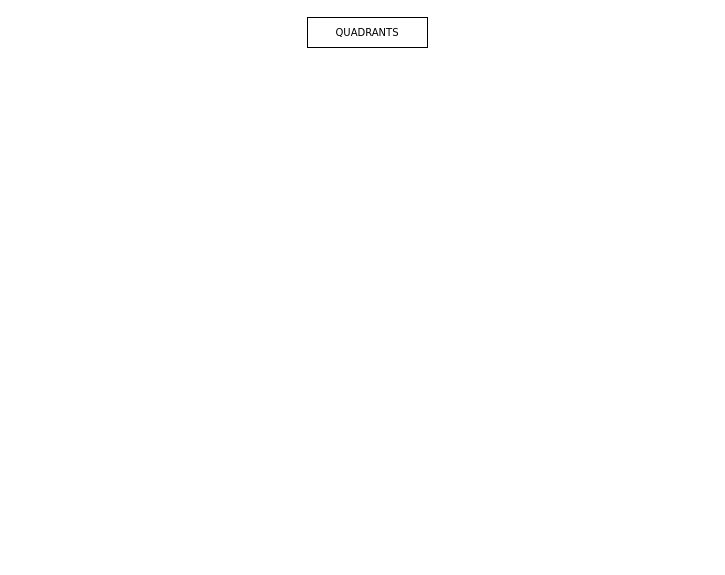
Before: Untitled Diagram.drawio in AmawNiZy/Assignments, a draw.io diagram. Source tidied: cells renumbered, new cells numbered last; positions are measured from the earlier drawing's top-left corner, leaving out a move shared by most shapes. Both pictures are drawn from the tidied source at 100%, with x=0, y=0 at pixel (307, 17).
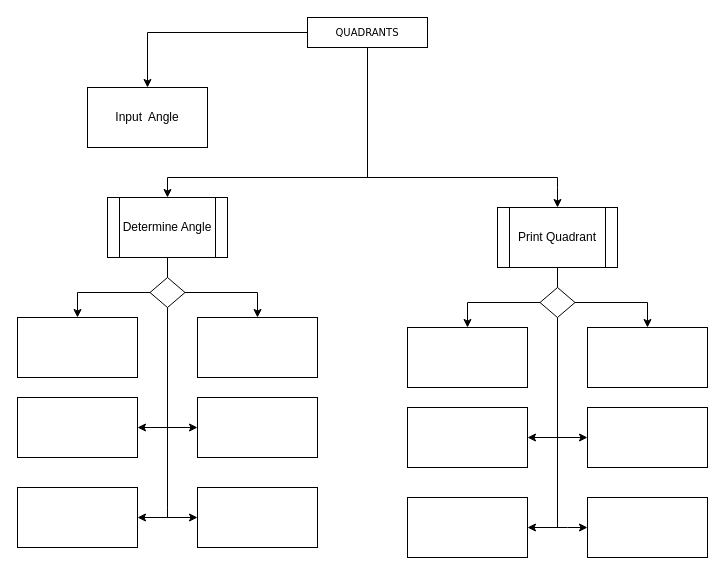
Above is the later version.

The change refers to these unchanged cells:
```xml
<mxCell id="2" value="&lt;font face=&quot;Verdana&quot; style=&quot;font-size: 10px;&quot;&gt;QUADRANTS&lt;/font&gt;" style="rounded=0;whiteSpace=wrap;html=1;fontSize=10;" parent="1" vertex="1">
  <mxGeometry width="120" height="30" as="geometry" />
</mxCell>
```

What changed in the source:
```diff
@@
+    <mxCell id="3" style="edgeStyle=orthogonalEdgeStyle;rounded=0;jettySize=auto;html=1;" parent="1" edge="1" source="2" target="4">
+      <mxGeometry relative="1" as="geometry" />
+    </mxCell>
@@
+    <mxCell id="4" value="Input&amp;nbsp; Angle" style="rounded=0;whiteSpace=wrap;html=1;" parent="1" vertex="1">
+      <mxGeometry x="-220" y="70" width="120" height="60" as="geometry" />
+    </mxCell>
+    <mxCell id="5" value="Determine Angle" style="shape=process;whiteSpace=wrap;html=1;backgroundOutline=1;" parent="1" vertex="1">
+      <mxGeometry x="-200" y="180" width="120" height="60" as="geometry" />
+    </mxCell>
+    <mxCell id="6" style="edgeStyle=orthogonalEdgeStyle;rounded=0;jettySize=auto;html=1;" parent="1" edge="1" source="8" target="15">
+      <mxGeometry relative="1" as="geometry" />
+    </mxCell>
+    <mxCell id="7" style="edgeStyle=orthogonalEdgeStyle;rounded=0;jettySize=auto;html=1;" parent="1" edge="1" source="8" target="12">
+      <mxGeometry relative="1" as="geometry" />
+    </mxCell>
+    <mxCell id="8" style="rhombus;whiteSpace=wrap;html=1;" parent="1" vertex="1">
+      <mxGeometry x="-157.5" y="260" width="35" height="30" as="geometry" />
+    </mxCell>
+    <mxCell id="9" style="endArrow=none;html=1;rounded=0;exitX=0.5;exitY=0;exitDx=0;exitDy=0;entryX=0.5;entryY=1;entryDx=0;entryDy=0;" parent="1" edge="1" source="8" target="5">
+      <mxGeometry relative="1" as="geometry" />
+    </mxCell>
+    <mxCell id="10" style="rounded=0;whiteSpace=wrap;html=1;" parent="1" vertex="1">
+      <mxGeometry x="-290" y="470" width="120" height="60" as="geometry" />
+    </mxCell>
+    <mxCell id="11" style="rounded=0;whiteSpace=wrap;html=1;" parent="1" vertex="1">
+      <mxGeometry x="-110" y="470" width="120" height="60" as="geometry" />
+    </mxCell>
+    <mxCell id="12" style="rounded=0;whiteSpace=wrap;html=1;" parent="1" vertex="1">
+      <mxGeometry x="-110" y="300" width="120" height="60" as="geometry" />
+    </mxCell>
+    <mxCell id="13" style="rounded=0;whiteSpace=wrap;html=1;" parent="1" vertex="1">
+      <mxGeometry x="-110" y="380" width="120" height="60" as="geometry" />
+    </mxCell>
+    <mxCell id="14" style="rounded=0;whiteSpace=wrap;html=1;" parent="1" vertex="1">
+      <mxGeometry x="-290" y="380" width="120" height="60" as="geometry" />
+    </mxCell>
+    <mxCell id="15" style="rounded=0;whiteSpace=wrap;html=1;" parent="1" vertex="1">
+      <mxGeometry x="-290" y="300" width="120" height="60" as="geometry" />
+    </mxCell>
+    <mxCell id="16" style="endArrow=none;html=1;rounded=0;entryX=0.5;entryY=1;entryDx=0;entryDy=0;" parent="1" edge="1" target="2">
+      <mxGeometry relative="1" as="geometry">
+        <mxPoint x="60" y="160" as="sourcePoint" />
+      </mxGeometry>
+    </mxCell>
+    <mxCell id="17" style="endArrow=none;html=1;rounded=0;" parent="1" edge="1">
+      <mxGeometry relative="1" as="geometry">
+        <mxPoint x="-140" y="160" as="sourcePoint" />
+        <mxPoint x="250" y="160" as="targetPoint" />
+      </mxGeometry>
+    </mxCell>
+    <mxCell id="18" style="endArrow=classic;html=1;rounded=0;entryX=0.5;entryY=0;entryDx=0;entryDy=0;" parent="1" edge="1" target="5">
+      <mxGeometry relative="1" as="geometry">
+        <mxPoint x="-140" y="160" as="sourcePoint" />
+      </mxGeometry>
+    </mxCell>
+    <mxCell id="19" style="endArrow=classic;html=1;rounded=0;entryX=0.5;entryY=0;entryDx=0;entryDy=0;" parent="1" edge="1" target="25">
+      <mxGeometry relative="1" as="geometry">
+        <mxPoint x="250" y="160" as="sourcePoint" />
+        <Array as="points">
+          <mxPoint x="250" y="170" />
+        </Array>
+      </mxGeometry>
+    </mxCell>
+    <mxCell id="20" style="endArrow=none;html=1;rounded=0;entryX=0.5;entryY=1;entryDx=0;entryDy=0;" parent="1" edge="1" target="8">
+      <mxGeometry relative="1" as="geometry">
+        <mxPoint x="-140" y="490" as="sourcePoint" />
+        <Array as="points">
+          <mxPoint x="-140" y="500" />
+          <mxPoint x="-140" y="490" />
+        </Array>
+      </mxGeometry>
+    </mxCell>
+    <mxCell id="21" style="endArrow=classic;html=1;rounded=0;entryX=0;entryY=0.5;entryDx=0;entryDy=0;" parent="1" edge="1" target="13">
+      <mxGeometry relative="1" as="geometry">
+        <mxPoint x="-140" y="410" as="sourcePoint" />
+      </mxGeometry>
+    </mxCell>
+    <mxCell id="22" style="endArrow=classic;html=1;rounded=0;entryX=1;entryY=0.5;entryDx=0;entryDy=0;" parent="1" edge="1" target="14">
+      <mxGeometry relative="1" as="geometry">
+        <mxPoint x="-140" y="410" as="sourcePoint" />
+      </mxGeometry>
+    </mxCell>
+    <mxCell id="23" style="endArrow=classic;html=1;rounded=0;entryX=0;entryY=0.5;entryDx=0;entryDy=0;" parent="1" edge="1" target="11">
+      <mxGeometry relative="1" as="geometry">
+        <mxPoint x="-140" y="500" as="sourcePoint" />
+      </mxGeometry>
+    </mxCell>
+    <mxCell id="24" style="endArrow=classic;html=1;rounded=0;entryX=1;entryY=0.5;entryDx=0;entryDy=0;" parent="1" edge="1" target="10">
+      <mxGeometry relative="1" as="geometry">
+        <mxPoint x="-140" y="500" as="sourcePoint" />
+      </mxGeometry>
+    </mxCell>
+    <mxCell id="25" value="Print Quadrant" style="shape=process;whiteSpace=wrap;html=1;backgroundOutline=1;" parent="1" vertex="1">
+      <mxGeometry x="190" y="190" width="120" height="60" as="geometry" />
+    </mxCell>
+    <mxCell id="26" style="edgeStyle=orthogonalEdgeStyle;rounded=0;jettySize=auto;html=1;" parent="1" edge="1" source="28" target="34">
+      <mxGeometry relative="1" as="geometry" />
+    </mxCell>
+    <mxCell id="27" style="edgeStyle=orthogonalEdgeStyle;rounded=0;jettySize=auto;html=1;" parent="1" edge="1" source="28" target="31">
+      <mxGeometry relative="1" as="geometry" />
+    </mxCell>
+    <mxCell id="28" style="rhombus;whiteSpace=wrap;html=1;" parent="1" vertex="1">
+      <mxGeometry x="232.5" y="270" width="35" height="30" as="geometry" />
+    </mxCell>
+    <mxCell id="29" style="rounded=0;whiteSpace=wrap;html=1;" parent="1" vertex="1">
+      <mxGeometry x="100" y="480" width="120" height="60" as="geometry" />
+    </mxCell>
+    <mxCell id="30" style="rounded=0;whiteSpace=wrap;html=1;" parent="1" vertex="1">
+      <mxGeometry x="280" y="480" width="120" height="60" as="geometry" />
+    </mxCell>
+    <mxCell id="31" style="rounded=0;whiteSpace=wrap;html=1;" parent="1" vertex="1">
+      <mxGeometry x="280" y="310" width="120" height="60" as="geometry" />
+    </mxCell>
+    <mxCell id="32" style="rounded=0;whiteSpace=wrap;html=1;" parent="1" vertex="1">
+      <mxGeometry x="280" y="390" width="120" height="60" as="geometry" />
+    </mxCell>
+    <mxCell id="33" style="rounded=0;whiteSpace=wrap;html=1;" parent="1" vertex="1">
+      <mxGeometry x="100" y="390" width="120" height="60" as="geometry" />
+    </mxCell>
+    <mxCell id="34" style="rounded=0;whiteSpace=wrap;html=1;" parent="1" vertex="1">
+      <mxGeometry x="100" y="310" width="120" height="60" as="geometry" />
+    </mxCell>
+    <mxCell id="35" style="endArrow=none;html=1;rounded=0;entryX=0.5;entryY=1;entryDx=0;entryDy=0;" parent="1" edge="1" target="28">
+      <mxGeometry relative="1" as="geometry">
+        <mxPoint x="250" y="510" as="sourcePoint" />
+      </mxGeometry>
+    </mxCell>
+    <mxCell id="36" style="endArrow=classic;html=1;rounded=0;entryX=0;entryY=0.5;entryDx=0;entryDy=0;" parent="1" edge="1" target="32">
+      <mxGeometry relative="1" as="geometry">
+        <mxPoint x="250" y="420" as="sourcePoint" />
+      </mxGeometry>
+    </mxCell>
+    <mxCell id="37" style="endArrow=classic;html=1;rounded=0;entryX=1;entryY=0.5;entryDx=0;entryDy=0;" parent="1" edge="1" target="33">
+      <mxGeometry relative="1" as="geometry">
+        <mxPoint x="250" y="420" as="sourcePoint" />
+      </mxGeometry>
+    </mxCell>
+    <mxCell id="38" style="endArrow=classic;html=1;rounded=0;entryX=0;entryY=0.5;entryDx=0;entryDy=0;" parent="1" edge="1" target="30">
+      <mxGeometry relative="1" as="geometry">
+        <mxPoint x="260" y="510" as="sourcePoint" />
+      </mxGeometry>
+    </mxCell>
+    <mxCell id="39" style="endArrow=classic;html=1;rounded=0;entryX=1;entryY=0.5;entryDx=0;entryDy=0;" parent="1" edge="1" target="29">
+      <mxGeometry relative="1" as="geometry">
+        <mxPoint x="260" y="510" as="sourcePoint" />
+      </mxGeometry>
+    </mxCell>
+    <mxCell id="40" style="endArrow=none;html=1;rounded=0;entryX=0.5;entryY=1;entryDx=0;entryDy=0;exitX=0.5;exitY=0;exitDx=0;exitDy=0;" parent="1" edge="1" source="28" target="25">
+      <mxGeometry relative="1" as="geometry" />
+    </mxCell>
```
